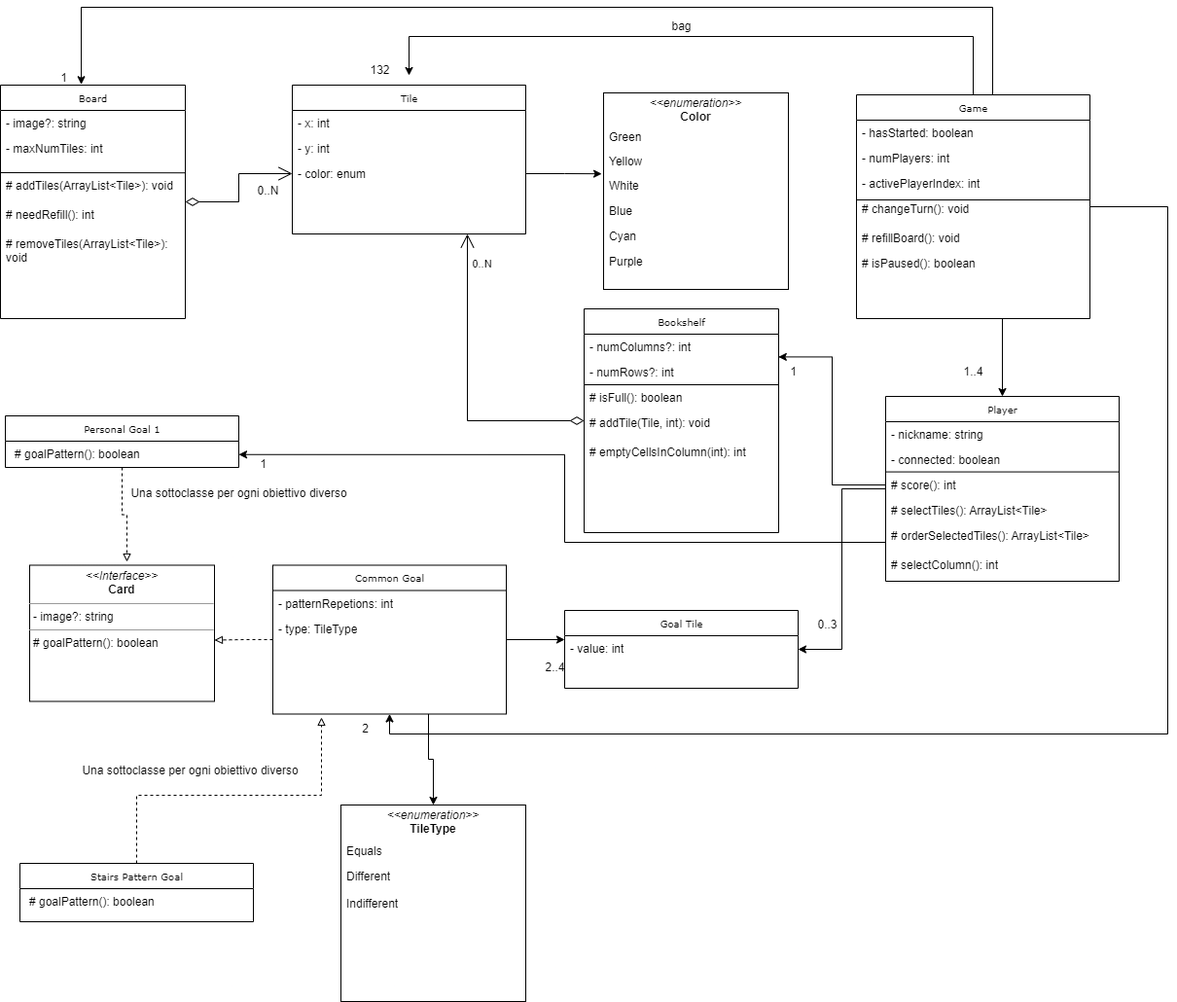
The draw.io diagram UML Diagram.png in zizzeroni/ing-sw-2023-rovelli-pessina-riccardi-tosetti, before a commit. Source tidied: cells renumbered, new cells last; positions are measured from the earlier drawing's top-left corner, leaving out a move shared by most shapes.
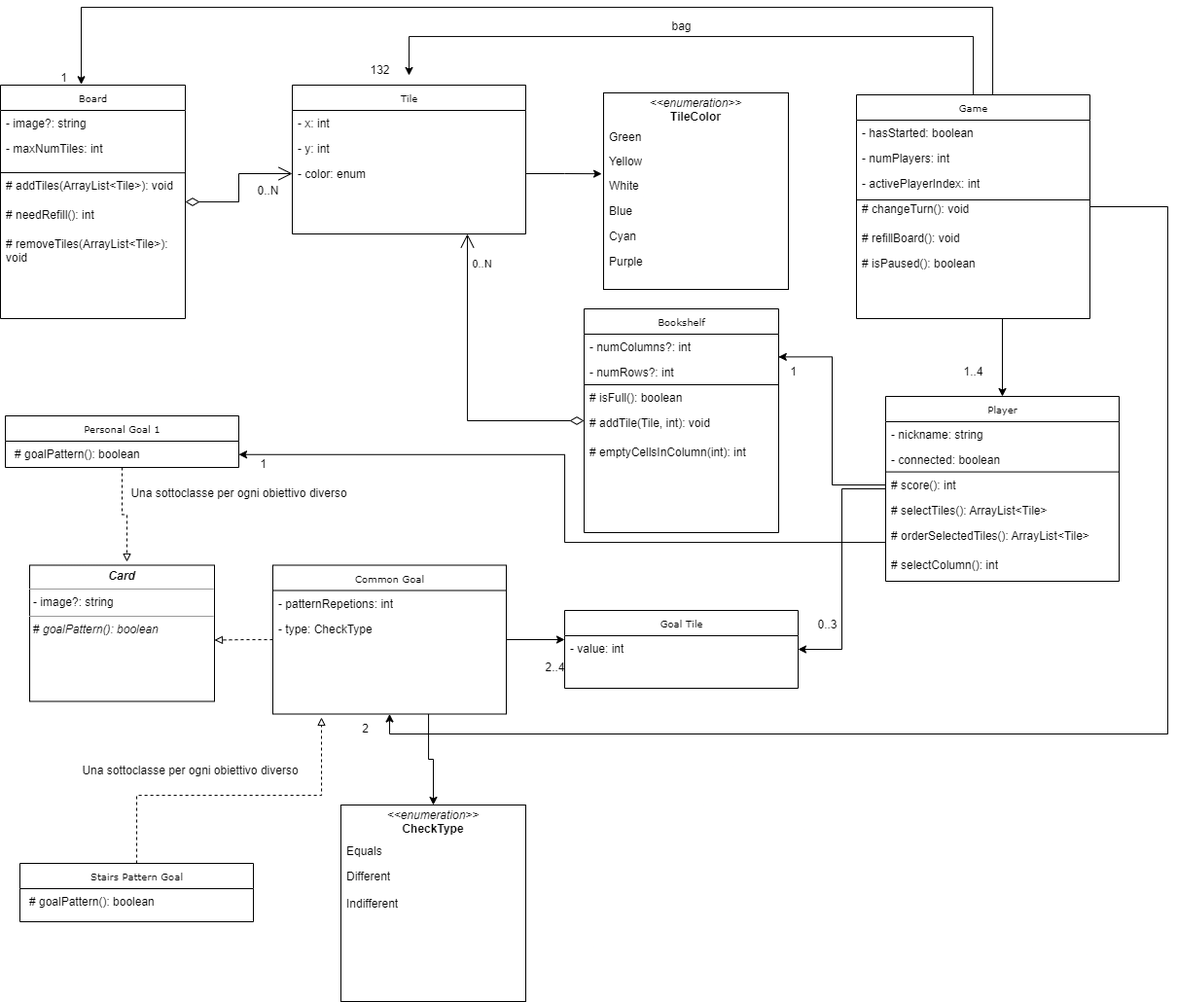
After the commit.

Commit message:
Caricamento UML aggiornato

The edit, as a diff of the source:
```diff
@@ -41,7 +41,7 @@
     <mxCell id="13" value="- color: enum" style="text;html=1;strokeColor=none;fillColor=none;align=left;verticalAlign=top;spacingLeft=4;spacingRight=4;whiteSpace=wrap;overflow=hidden;points=[[0,0.5],[1,0.5]];portConstraint=eastwest;" parent="10" vertex="1">
       <mxGeometry y="78" width="240" height="26" as="geometry" />
     </mxCell>
-    <mxCell id="14" value="&lt;p style=&quot;margin:0px;margin-top:4px;text-align:center;&quot;&gt;&lt;i&gt;&amp;lt;&amp;lt;enumeration&amp;gt;&amp;gt;&lt;/i&gt;&lt;br&gt;&lt;b&gt;Color&lt;/b&gt;&lt;/p&gt;" style="verticalAlign=top;align=left;overflow=fill;fontSize=12;fontFamily=Helvetica;html=1;rounded=0;shadow=0;comic=0;labelBackgroundColor=none;strokeWidth=1;" parent="1" vertex="1">
+    <mxCell id="14" value="&lt;p style=&quot;margin:0px;margin-top:4px;text-align:center;&quot;&gt;&lt;i&gt;&amp;lt;&amp;lt;enumeration&amp;gt;&amp;gt;&lt;/i&gt;&lt;br&gt;&lt;b&gt;TileColor&lt;/b&gt;&lt;/p&gt;" style="verticalAlign=top;align=left;overflow=fill;fontSize=12;fontFamily=Helvetica;html=1;rounded=0;shadow=0;comic=0;labelBackgroundColor=none;strokeWidth=1;" parent="1" vertex="1">
       <mxGeometry x="620" y="88" width="190" height="202" as="geometry" />
     </mxCell>
     <mxCell id="15" value="Green" style="text;html=1;strokeColor=none;fillColor=none;align=left;verticalAlign=top;spacingLeft=4;spacingRight=4;whiteSpace=wrap;overflow=hidden;" parent="1" vertex="1">
@@ -103,7 +103,7 @@
         <mxPoint x="59" y="-7" as="offset" />
       </mxGeometry>
     </mxCell>
-    <mxCell id="33" value="&lt;p style=&quot;margin:0px;margin-top:4px;text-align:center;&quot;&gt;&lt;i&gt;&amp;lt;&amp;lt;Interface&amp;gt;&amp;gt;&lt;/i&gt;&lt;br&gt;&lt;b&gt;Card&lt;/b&gt;&lt;/p&gt;&lt;hr size=&quot;1&quot;&gt;&lt;p style=&quot;margin:0px;margin-left:4px;&quot;&gt;- image?: string&lt;br&gt;&lt;/p&gt;&lt;hr size=&quot;1&quot;&gt;&lt;p style=&quot;margin:0px;margin-left:4px;&quot;&gt;# goalPattern(): boolean&lt;/p&gt;" style="verticalAlign=top;align=left;overflow=fill;fontSize=12;fontFamily=Helvetica;html=1;rounded=0;shadow=0;comic=0;labelBackgroundColor=none;strokeWidth=1;" parent="1" vertex="1">
+    <mxCell id="33" value="&lt;p style=&quot;margin:0px;margin-top:4px;text-align:center;&quot;&gt;&lt;b&gt;&lt;i&gt;Card&lt;/i&gt;&lt;/b&gt;&lt;/p&gt;&lt;hr size=&quot;1&quot;&gt;&lt;p style=&quot;margin:0px;margin-left:4px;&quot;&gt;- image?: string&lt;br&gt;&lt;/p&gt;&lt;hr size=&quot;1&quot;&gt;&lt;p style=&quot;margin:0px;margin-left:4px;&quot;&gt;#&lt;i&gt; goalPattern(): boolean&lt;/i&gt;&lt;/p&gt;" style="verticalAlign=top;align=left;overflow=fill;fontSize=12;fontFamily=Helvetica;html=1;rounded=0;shadow=0;comic=0;labelBackgroundColor=none;strokeWidth=1;" parent="1" vertex="1">
       <mxGeometry x="30" y="573.5" width="190" height="140" as="geometry" />
     </mxCell>
     <mxCell id="34" style="edgeStyle=orthogonalEdgeStyle;rounded=0;jettySize=auto;html=1;entryX=1;entryY=0.55;entryDx=0;entryDy=0;entryPerimeter=0;dashed=1;endArrow=block;endFill=0;" parent="1" edge="1" source="37" target="33">
@@ -128,7 +128,7 @@
     <mxCell id="38" value="- patternRepetions: int" style="text;html=1;strokeColor=none;fillColor=none;align=left;verticalAlign=top;spacingLeft=4;spacingRight=4;whiteSpace=wrap;overflow=hidden;" parent="37" vertex="1">
       <mxGeometry y="26" width="240" height="26" as="geometry" />
     </mxCell>
-    <mxCell id="39" value="- type: TileType" style="text;html=1;strokeColor=none;fillColor=none;align=left;verticalAlign=top;spacingLeft=4;spacingRight=4;whiteSpace=wrap;overflow=hidden;" parent="37" vertex="1">
+    <mxCell id="39" value="- type: CheckType" style="text;html=1;strokeColor=none;fillColor=none;align=left;verticalAlign=top;spacingLeft=4;spacingRight=4;whiteSpace=wrap;overflow=hidden;" parent="37" vertex="1">
       <mxGeometry y="52" width="240" height="26" as="geometry" />
     </mxCell>
     <mxCell id="40" style="edgeStyle=orthogonalEdgeStyle;rounded=0;jettySize=auto;html=1;dashed=1;endArrow=block;endFill=0;" parent="1" edge="1" source="41">
@@ -286,7 +286,7 @@
     <mxCell id="79" value="Una sottoclasse per ogni obiettivo diverso" style="text;html=1;align=center;verticalAlign=middle;strokeColor=none;fillColor=none;" parent="1" vertex="1">
       <mxGeometry x="70" y="770" width="250" height="30" as="geometry" />
     </mxCell>
-    <mxCell id="80" value="&lt;p style=&quot;margin:0px;margin-top:4px;text-align:center;&quot;&gt;&lt;i&gt;&amp;lt;&amp;lt;enumeration&amp;gt;&amp;gt;&lt;/i&gt;&lt;br&gt;&lt;b&gt;TileType&lt;/b&gt;&lt;/p&gt;" style="verticalAlign=top;align=left;overflow=fill;fontSize=12;fontFamily=Helvetica;html=1;rounded=0;shadow=0;comic=0;labelBackgroundColor=none;strokeWidth=1;" parent="1" vertex="1">
+    <mxCell id="80" value="&lt;p style=&quot;margin:0px;margin-top:4px;text-align:center;&quot;&gt;&lt;i&gt;&amp;lt;&amp;lt;enumeration&amp;gt;&amp;gt;&lt;/i&gt;&lt;br&gt;&lt;b&gt;Check&lt;/b&gt;&lt;b style=&quot;background-color: initial;&quot;&gt;Type&lt;/b&gt;&lt;/p&gt;" style="verticalAlign=top;align=left;overflow=fill;fontSize=12;fontFamily=Helvetica;html=1;rounded=0;shadow=0;comic=0;labelBackgroundColor=none;strokeWidth=1;" parent="1" vertex="1">
       <mxGeometry x="350" y="820" width="190" height="202" as="geometry" />
     </mxCell>
     <mxCell id="81" value="Equals" style="text;html=1;strokeColor=none;fillColor=none;align=left;verticalAlign=top;spacingLeft=4;spacingRight=4;whiteSpace=wrap;overflow=hidden;" parent="1" vertex="1">
```
